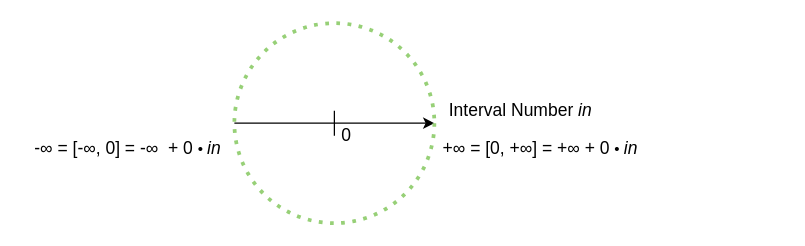
The draw.io diagram illustrations/visual_interval_number.drawio in McNopper/ZeroInfinity, before the edit. Source tidied: cells renumbered, new cells numbered last; positions are measured from the earlier drawing's top-left corner, leaving out a move shared by most shapes. Both pictures are drawn from the tidied source at 125%, with x=0, y=0 at pixel (21, 22).
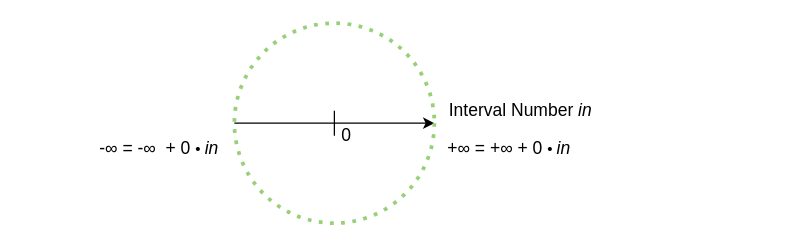
Above is the later version.

Change to the diagram source:
```diff
@@
 <mxGraphModel>
   <root>
     <mxCell id="0" />
     <mxCell id="1" parent="0" />
     <mxCell id="2" style="endArrow=classic;html=1;rounded=0;entryX=1;entryY=0.5;entryDx=0;entryDy=0;exitX=0;exitY=0.5;exitDx=0;exitDy=0;" parent="1" edge="1" source="5" target="5">
       <mxGeometry relative="1" as="geometry" />
     </mxCell>
-    <mxCell id="3" value="&lt;font style=&quot;font-size: 14px;&quot;&gt;+∞&amp;nbsp;=&amp;nbsp;&lt;/font&gt;&lt;span style=&quot;font-size: 14px;&quot;&gt;[0, +∞] =&amp;nbsp;&lt;/span&gt;&lt;span style=&quot;font-size: 14px;&quot;&gt;+∞ + 0&amp;nbsp;&lt;/span&gt;&lt;span style=&quot;background-color: initial;&quot;&gt;•&amp;nbsp;&lt;/span&gt;&lt;span style=&quot;font-size: 14px; background-color: initial;&quot;&gt;&lt;i&gt;in&lt;/i&gt;&lt;/span&gt;" style="text;html=1;align=center;verticalAlign=middle;whiteSpace=wrap;rounded=0;" parent="1" vertex="1">
-      <mxGeometry x="330" y="80" width="170" height="40" as="geometry" />
+    <mxCell id="3" value="&lt;font style=&quot;font-size: 14px;&quot;&gt;+∞&amp;nbsp;&lt;/font&gt;&lt;span style=&quot;font-size: 14px;&quot;&gt;=&amp;nbsp;&lt;/span&gt;&lt;span style=&quot;font-size: 14px;&quot;&gt;+∞ + 0&amp;nbsp;&lt;/span&gt;&lt;span style=&quot;background-color: initial;&quot;&gt;•&amp;nbsp;&lt;/span&gt;&lt;span style=&quot;font-size: 14px; background-color: initial;&quot;&gt;&lt;i&gt;in&lt;/i&gt;&lt;/span&gt;" style="text;html=1;align=center;verticalAlign=middle;whiteSpace=wrap;rounded=0;" parent="1" vertex="1">
+      <mxGeometry x="330" y="80" width="120" height="40" as="geometry" />
     </mxCell>
     <mxCell id="4" value="&lt;span style=&quot;font-size: 14px;&quot;&gt;Interval Number &lt;i&gt;in&lt;/i&gt;&lt;/span&gt;" style="text;html=1;align=left;verticalAlign=middle;whiteSpace=wrap;rounded=0;" parent="1" vertex="1">
       <mxGeometry x="340" y="50" width="270" height="40" as="geometry" />
     </mxCell>
     <mxCell id="5" style="ellipse;whiteSpace=wrap;html=1;fillColor=none;dashed=1;dashPattern=1 2;strokeColor=#97D077;strokeWidth=3;" parent="1" vertex="1">
       <mxGeometry x="170" width="160" height="160" as="geometry" />
     </mxCell>
-    <mxCell id="6" value="&lt;font style=&quot;font-size: 14px;&quot;&gt;-∞&amp;nbsp;=&amp;nbsp;&lt;/font&gt;&lt;span style=&quot;font-size: 14px;&quot;&gt;[-∞, 0] = -&lt;/span&gt;&lt;span style=&quot;font-size: 14px;&quot;&gt;∞&amp;nbsp;&lt;/span&gt;&lt;span style=&quot;font-size: 14px;&quot;&gt;&amp;nbsp;+ 0&amp;nbsp;&lt;/span&gt;&lt;span style=&quot;background-color: initial;&quot;&gt;•&amp;nbsp;&lt;/span&gt;&lt;span style=&quot;background-color: initial; font-size: 14px;&quot;&gt;&lt;i&gt;in&lt;/i&gt;&lt;/span&gt;" style="text;html=1;align=center;verticalAlign=middle;whiteSpace=wrap;rounded=0;" parent="1" vertex="1">
-      <mxGeometry y="80" width="170" height="40" as="geometry" />
+    <mxCell id="6" value="&lt;font style=&quot;font-size: 14px;&quot;&gt;-∞&amp;nbsp;&lt;/font&gt;&lt;span style=&quot;font-size: 14px;&quot;&gt;= -&lt;/span&gt;&lt;span style=&quot;font-size: 14px;&quot;&gt;∞&amp;nbsp;&lt;/span&gt;&lt;span style=&quot;font-size: 14px;&quot;&gt;&amp;nbsp;+ 0&amp;nbsp;&lt;/span&gt;&lt;span style=&quot;background-color: initial;&quot;&gt;•&amp;nbsp;&lt;/span&gt;&lt;span style=&quot;background-color: initial; font-size: 14px;&quot;&gt;&lt;i&gt;in&lt;/i&gt;&lt;/span&gt;" style="text;html=1;align=center;verticalAlign=middle;whiteSpace=wrap;rounded=0;" parent="1" vertex="1">
+      <mxGeometry x="50" y="80" width="120" height="40" as="geometry" />
     </mxCell>
     <mxCell id="7" style="endArrow=none;html=1;rounded=0;" parent="1" edge="1">
       <mxGeometry relative="1" as="geometry">
         <mxPoint x="250" y="90" as="sourcePoint" />
         <mxPoint x="250" y="70" as="targetPoint" />
       </mxGeometry>
     </mxCell>
     <mxCell id="8" value="&lt;font style=&quot;font-size: 14px;&quot;&gt;0&lt;/font&gt;" style="text;html=1;align=center;verticalAlign=middle;whiteSpace=wrap;rounded=0;" parent="1" vertex="1">
       <mxGeometry x="230" y="70" width="60" height="39" as="geometry" />
     </mxCell>
   </root>
 </mxGraphModel>
```
